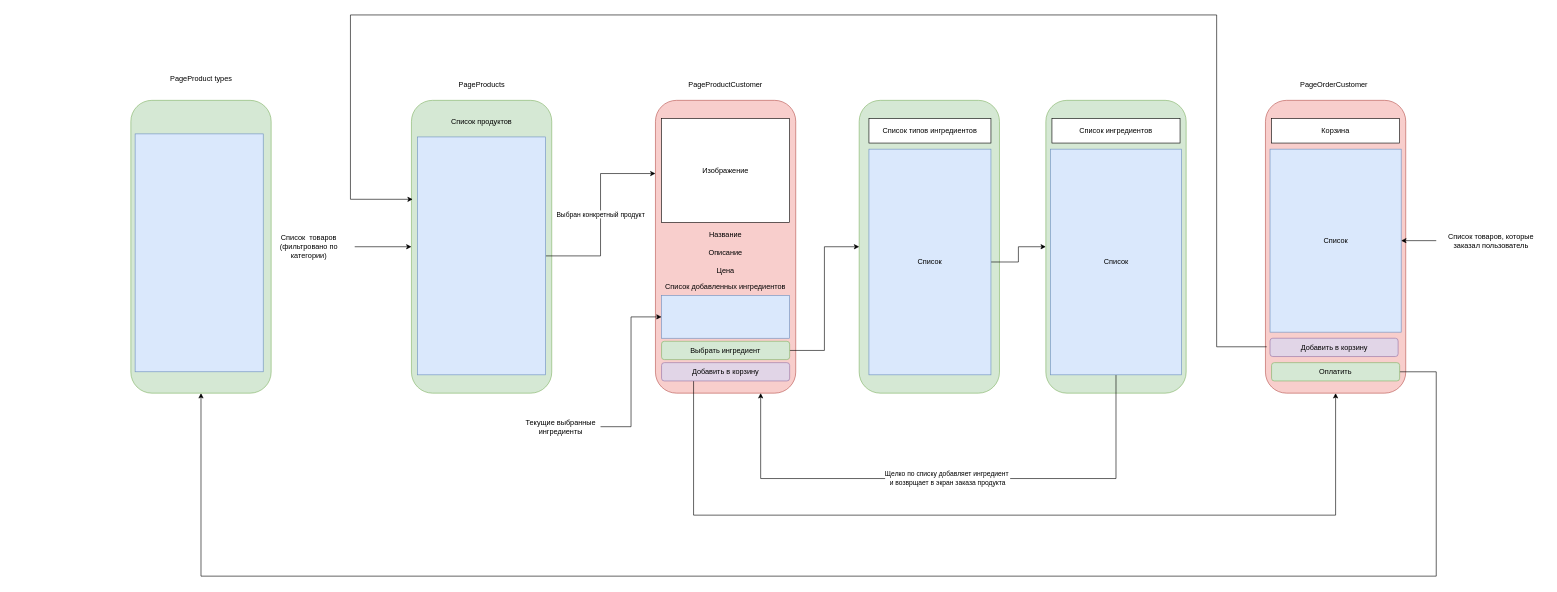
Before: page "Экраны заказа от лица клиента" (4 of 4) of Mobile application/План интерфейса пользователя.drawio in christvol/Coffeeshop-mobile-application, a draw.io diagram. Source tidied: cells renumbered, new cells numbered last; positions are measured from the earlier drawing's top-left corner, leaving out a move shared by most shapes. Both pictures are drawn from the tidied source at 61%, with x=0, y=0 at pixel (131, 15).
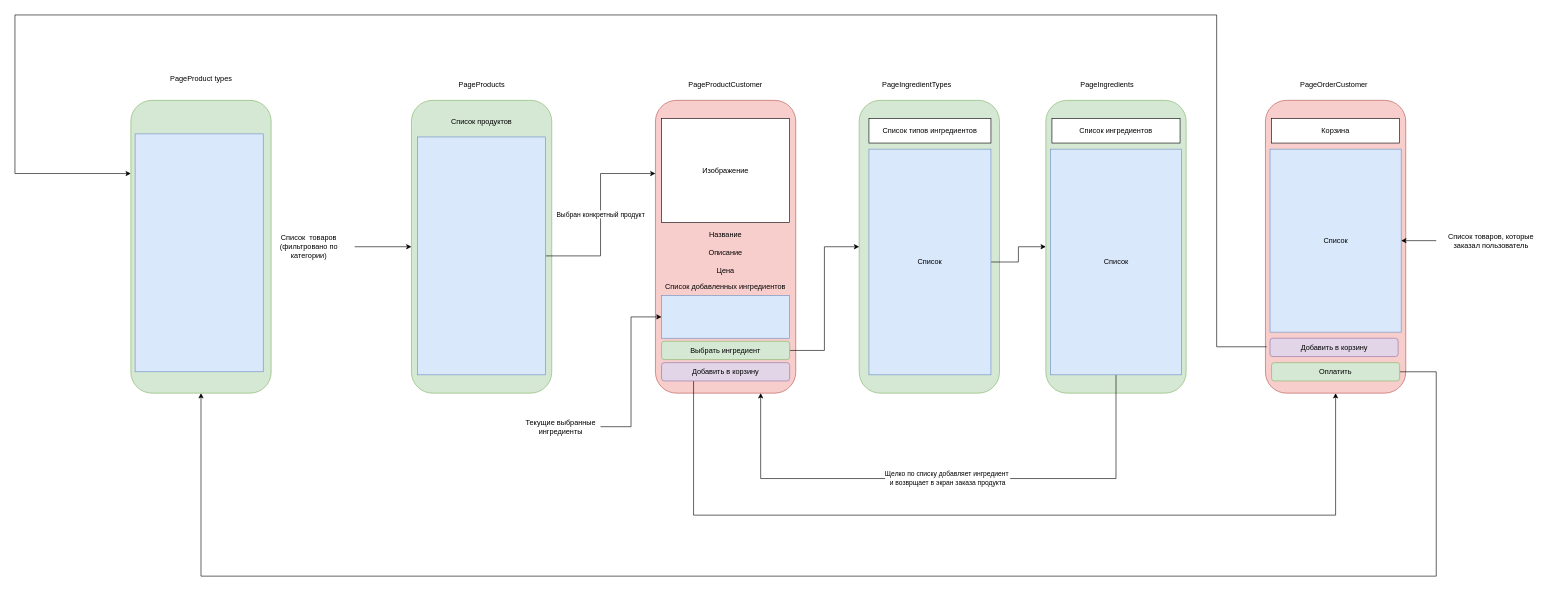
After the change.

Unchanged cells that the change refers to:
```xml
<mxCell id="16" style="rounded=1;whiteSpace=wrap;html=1;fillColor=#d5e8d4;strokeColor=#82b366;" parent="1" vertex="1">
  <mxGeometry x="460" y="140" width="230" height="480" as="geometry" />
</mxCell>
<mxCell id="35" value="Добавить в корзину" style="rounded=1;whiteSpace=wrap;html=1;fillColor=#e1d5e7;strokeColor=#9673a6;" parent="1" vertex="1">
  <mxGeometry x="1867.5" y="530" width="210" height="30" as="geometry" />
</mxCell>
<mxCell id="39" style="rounded=1;whiteSpace=wrap;html=1;fillColor=#d5e8d4;strokeColor=#82b366;" parent="1" vertex="1">
  <mxGeometry y="140" width="230" height="480" as="geometry" />
</mxCell>
```

Change to the diagram source:
```diff
@@
-    <mxCell id="34" style="edgeStyle=orthogonalEdgeStyle;rounded=0;jettySize=auto;html=1;exitX=-0.026;exitY=0.467;exitDx=0;exitDy=0;exitPerimeter=0;entryX=0.009;entryY=0.338;entryDx=0;entryDy=0;entryPerimeter=0;" parent="1" edge="1" source="35" target="16">
+    <mxCell id="34" style="edgeStyle=orthogonalEdgeStyle;rounded=0;jettySize=auto;html=1;exitX=-0.026;exitY=0.467;exitDx=0;exitDy=0;exitPerimeter=0;entryX=0;entryY=0.25;entryDx=0;entryDy=0;" parent="1" edge="1" source="35" target="39">
       <mxGeometry relative="1" as="geometry">
         <Array as="points">
           <mxPoint x="1780" y="544" />
           <mxPoint x="1780" />
-          <mxPoint x="360" />
-          <mxPoint x="360" y="302" />
+          <mxPoint x="-190" />
+          <mxPoint x="-190" y="260" />
         </Array>
       </mxGeometry>
     </mxCell>
@@
+    <mxCell id="44" value="PageIngredientTypes" style="text;whiteSpace=wrap;" parent="1" vertex="1">
+      <mxGeometry x="1230" y="100" width="150" height="40" as="geometry" />
+    </mxCell>
+    <mxCell id="45" value="PageIngredients" style="text;whiteSpace=wrap;" parent="1" vertex="1">
+      <mxGeometry x="1555" y="100" width="120" height="40" as="geometry" />
+    </mxCell>
```
